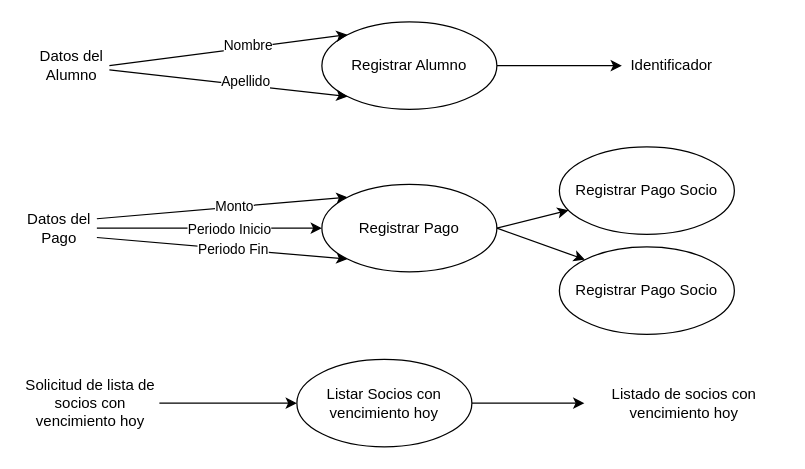
Above: ProyectoIntegrador/Documentacion/fase_2/Fase2_AnalisisPrevioFuncional.drawio in LaWeaArgentina/DSOO-G14 (draw.io), before the change. Source tidied: cells renumbered, new cells numbered last; positions are measured from the earlier drawing's top-left corner, leaving out a move shared by most shapes. Both pictures are drawn from the tidied source at 125%, with x=0, y=0 at pixel (21, 21).
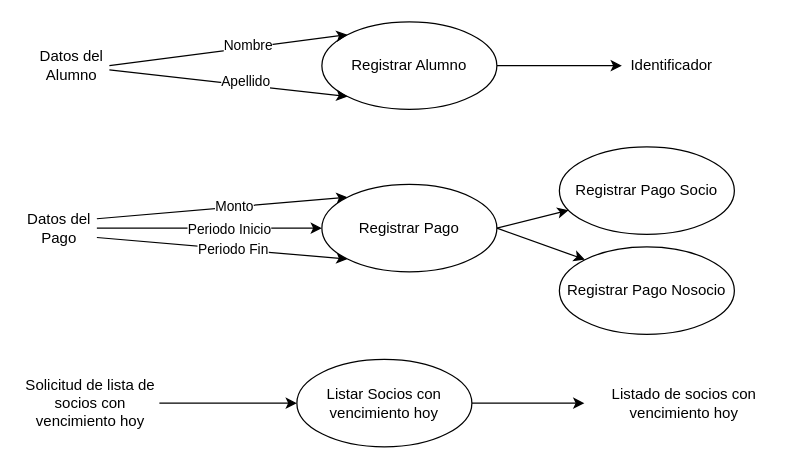
The same page after the edit.

Commit message (it also covers changes not shown here):
update: documento fase 2 y unificado

What changed in the source:
```diff
@@
-    <mxCell id="21" value="Registrar Pago Socio" style="ellipse;whiteSpace=wrap;html=1;" parent="1" vertex="1">
+    <mxCell id="21" value="Registrar Pago Nosocio" style="ellipse;whiteSpace=wrap;html=1;" parent="1" vertex="1">
       <mxGeometry x="430" y="180" width="140" height="70" as="geometry" />
     </mxCell>
```
